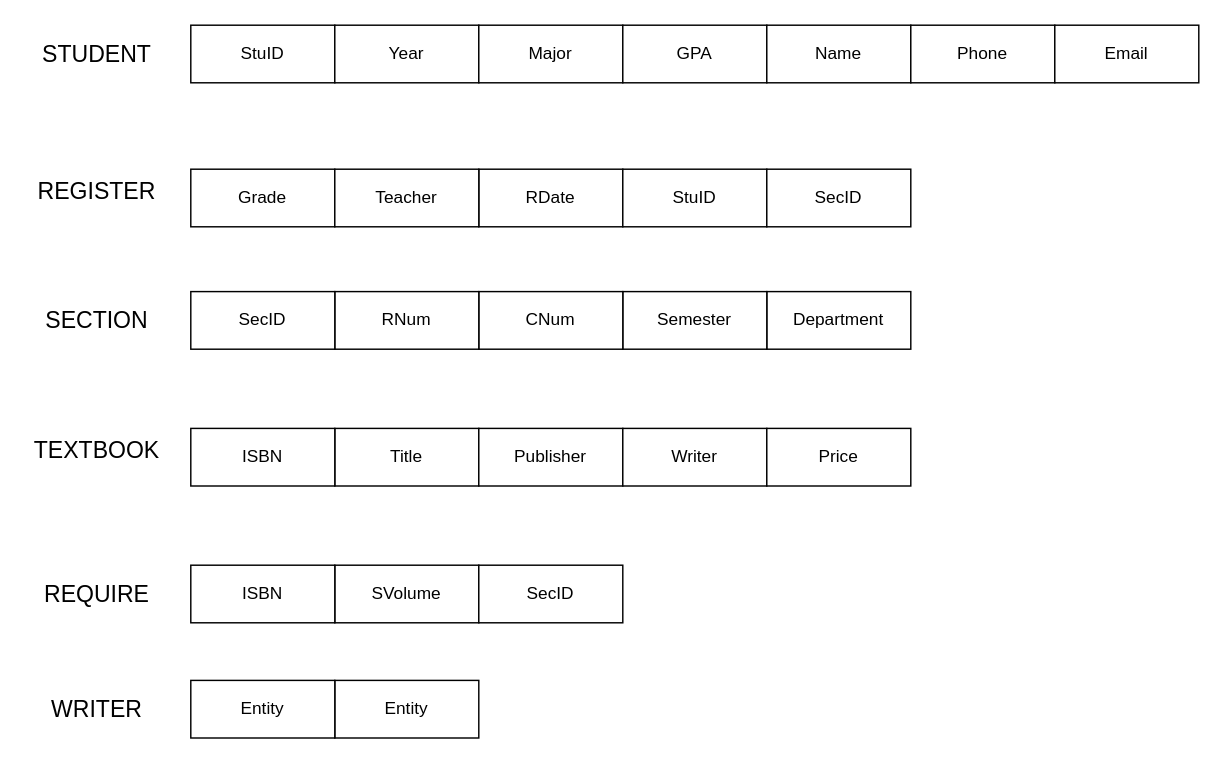
The draw.io diagram Ass3.drawio in kyoungbin01/ER-Diagram, before the edit. Source tidied: cells renumbered, new cells numbered last; positions are measured from the earlier drawing's top-left corner, leaving out a move shared by most shapes. Both pictures are drawn from the tidied source at 144%, with x=0, y=0 at pixel (24, 24).
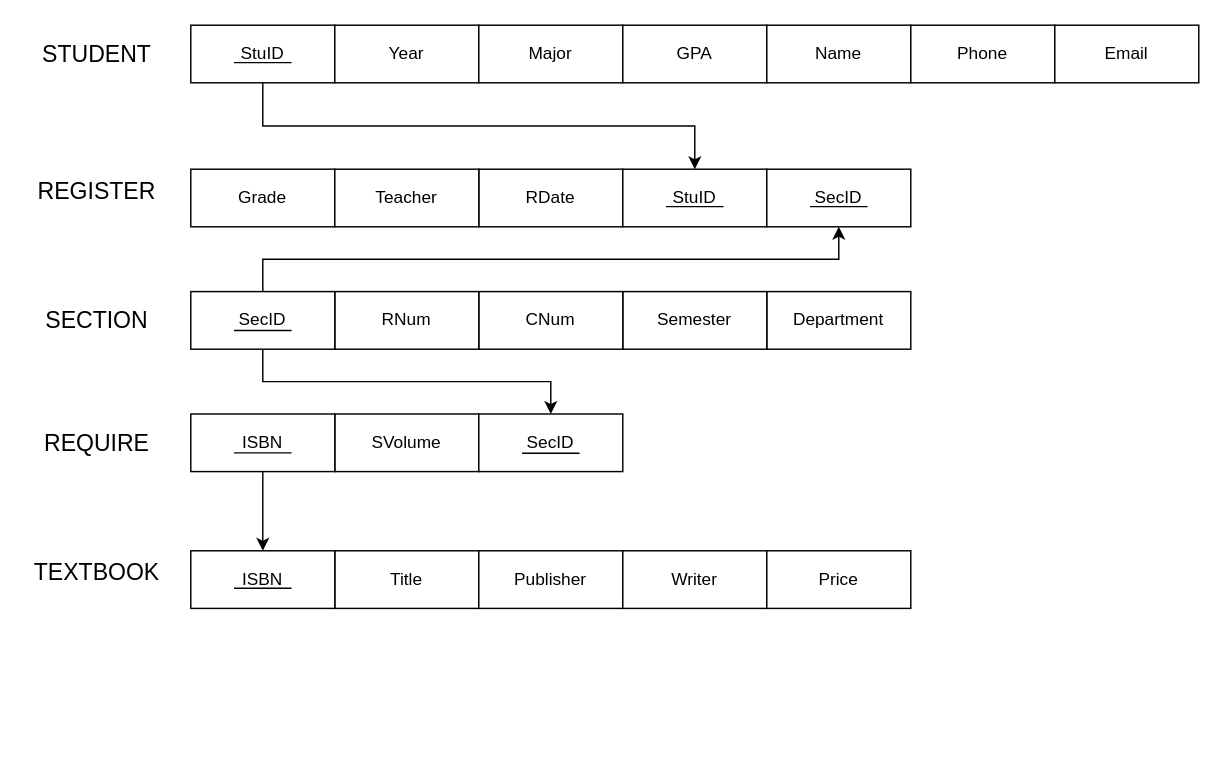
The same diagram, later.

Unchanged cells that the change refers to:
```xml
<mxCell id="2" value="StuID" style="whiteSpace=wrap;html=1;align=center;" parent="1" vertex="1">
  <mxGeometry x="115" width="100" height="40" as="geometry" />
</mxCell>
<mxCell id="19" value="SecID" style="whiteSpace=wrap;html=1;align=center;" parent="1" vertex="1">
  <mxGeometry x="115" y="185" width="100" height="40" as="geometry" />
</mxCell>
<mxCell id="32" value="StuID" style="whiteSpace=wrap;html=1;align=center;" parent="1" vertex="1">
  <mxGeometry x="415" y="100" width="100" height="40" as="geometry" />
</mxCell>
<mxCell id="33" value="SecID" style="whiteSpace=wrap;html=1;align=center;" parent="1" vertex="1">
  <mxGeometry x="515" y="100" width="100" height="40" as="geometry" />
</mxCell>
```

Diff of the diagram source:
```diff
@@
+    <mxCell id="35" style="edgeStyle=orthogonalEdgeStyle;rounded=0;jettySize=auto;html=1;exitX=0.5;exitY=1;exitDx=0;exitDy=0;" parent="1" edge="1" source="2" target="32">
+      <mxGeometry relative="1" as="geometry" />
+    </mxCell>
@@
     <mxCell id="11" value="TEXTBOOK" style="text;strokeColor=none;fillColor=none;html=1;align=center;verticalAlign=middle;whiteSpace=wrap;rounded=0;fontSize=16;" parent="1" vertex="1">
-      <mxGeometry x="20" y="280" width="60" height="30" as="geometry" />
+      <mxGeometry x="20" y="365" width="60" height="30" as="geometry" />
     </mxCell>
@@
     <mxCell id="14" value="REQUIRE" style="text;strokeColor=none;fillColor=none;html=1;align=center;verticalAlign=middle;whiteSpace=wrap;rounded=0;fontSize=16;" parent="1" vertex="1">
-      <mxGeometry x="20" y="380" width="60" height="30" as="geometry" />
+      <mxGeometry x="20" y="275" width="60" height="30" as="geometry" />
     </mxCell>
@@
+    <mxCell id="36" style="edgeStyle=orthogonalEdgeStyle;rounded=0;jettySize=auto;html=1;exitX=0.5;exitY=0;exitDx=0;exitDy=0;entryX=0.5;entryY=1;entryDx=0;entryDy=0;" parent="1" edge="1" source="19" target="33">
+      <mxGeometry relative="1" as="geometry" />
+    </mxCell>
+    <mxCell id="37" style="edgeStyle=orthogonalEdgeStyle;rounded=0;jettySize=auto;html=1;exitX=0.5;exitY=1;exitDx=0;exitDy=0;" parent="1" edge="1" source="19" target="34">
+      <mxGeometry relative="1" as="geometry" />
+    </mxCell>
@@
     <mxCell id="22" value="Title" style="whiteSpace=wrap;html=1;align=center;" parent="1" vertex="1">
-      <mxGeometry x="215" y="280" width="100" height="40" as="geometry" />
+      <mxGeometry x="215" y="365" width="100" height="40" as="geometry" />
     </mxCell>
     <mxCell id="23" value="Publisher" style="whiteSpace=wrap;html=1;align=center;" parent="1" vertex="1">
-      <mxGeometry x="315" y="280" width="100" height="40" as="geometry" />
+      <mxGeometry x="315" y="365" width="100" height="40" as="geometry" />
     </mxCell>
     <mxCell id="24" value="ISBN" style="whiteSpace=wrap;html=1;align=center;" parent="1" vertex="1">
-      <mxGeometry x="115" y="280" width="100" height="40" as="geometry" />
+      <mxGeometry x="115" y="365" width="100" height="40" as="geometry" />
     </mxCell>
-    <mxCell id="25" value="WRITER" style="text;strokeColor=none;fillColor=none;html=1;align=center;verticalAlign=middle;whiteSpace=wrap;rounded=0;fontSize=16;" parent="1" vertex="1">
-      <mxGeometry x="20" y="460" width="60" height="30" as="geometry" />
-    </mxCell>
     <mxCell id="26" value="SVolume" style="whiteSpace=wrap;html=1;align=center;" parent="1" vertex="1">
-      <mxGeometry x="215" y="375" width="100" height="40" as="geometry" />
+      <mxGeometry x="215" y="270" width="100" height="40" as="geometry" />
     </mxCell>
+    <mxCell id="38" style="edgeStyle=orthogonalEdgeStyle;rounded=0;jettySize=auto;html=1;exitX=0.5;exitY=1;exitDx=0;exitDy=0;entryX=0.5;entryY=0;entryDx=0;entryDy=0;" parent="1" edge="1" source="27" target="24">
+      <mxGeometry relative="1" as="geometry" />
+    </mxCell>
     <mxCell id="27" value="ISBN" style="whiteSpace=wrap;html=1;align=center;" parent="1" vertex="1">
-      <mxGeometry x="115" y="375" width="100" height="40" as="geometry" />
+      <mxGeometry x="115" y="270" width="100" height="40" as="geometry" />
     </mxCell>
     <mxCell id="28" value="Writer" style="whiteSpace=wrap;html=1;align=center;" parent="1" vertex="1">
-      <mxGeometry x="415" y="280" width="100" height="40" as="geometry" />
+      <mxGeometry x="415" y="365" width="100" height="40" as="geometry" />
     </mxCell>
-    <mxCell id="29" value="Entity" style="whiteSpace=wrap;html=1;align=center;" parent="1" vertex="1">
-      <mxGeometry x="215" y="455" width="100" height="40" as="geometry" />
-    </mxCell>
-    <mxCell id="30" value="Entity" style="whiteSpace=wrap;html=1;align=center;" parent="1" vertex="1">
-      <mxGeometry x="115" y="455" width="100" height="40" as="geometry" />
-    </mxCell>
     <mxCell id="31" value="Price" style="whiteSpace=wrap;html=1;align=center;" parent="1" vertex="1">
-      <mxGeometry x="515" y="280" width="100" height="40" as="geometry" />
+      <mxGeometry x="515" y="365" width="100" height="40" as="geometry" />
     </mxCell>
@@
     <mxCell id="34" value="SecID" style="whiteSpace=wrap;html=1;align=center;" parent="1" vertex="1">
-      <mxGeometry x="315" y="375" width="100" height="40" as="geometry" />
+      <mxGeometry x="315" y="270" width="100" height="40" as="geometry" />
     </mxCell>
+    <mxCell id="39" style="endArrow=none;html=1;rounded=0;exitX=0.5;exitY=1;exitDx=0;exitDy=0;" parent="1" edge="1">
+      <mxGeometry relative="1" as="geometry">
+        <mxPoint x="145" y="26" as="sourcePoint" />
+        <mxPoint x="185" y="26" as="targetPoint" />
+      </mxGeometry>
+    </mxCell>
+    <mxCell id="40" style="endArrow=none;html=1;rounded=0;exitX=0.5;exitY=1;exitDx=0;exitDy=0;" parent="1" edge="1">
+      <mxGeometry relative="1" as="geometry">
+        <mxPoint x="145" y="212" as="sourcePoint" />
+        <mxPoint x="185" y="212" as="targetPoint" />
+      </mxGeometry>
+    </mxCell>
+    <mxCell id="41" style="endArrow=none;html=1;rounded=0;exitX=0.5;exitY=1;exitDx=0;exitDy=0;" parent="1" edge="1">
+      <mxGeometry relative="1" as="geometry">
+        <mxPoint x="145" y="297" as="sourcePoint" />
+        <mxPoint x="185" y="297" as="targetPoint" />
+      </mxGeometry>
+    </mxCell>
+    <mxCell id="42" style="endArrow=none;html=1;rounded=0;exitX=0.5;exitY=1;exitDx=0;exitDy=0;" parent="1" edge="1">
+      <mxGeometry relative="1" as="geometry">
+        <mxPoint x="445" y="126" as="sourcePoint" />
+        <mxPoint x="485" y="126" as="targetPoint" />
+      </mxGeometry>
+    </mxCell>
+    <mxCell id="43" style="endArrow=none;html=1;rounded=0;exitX=0.5;exitY=1;exitDx=0;exitDy=0;" parent="1" edge="1">
+      <mxGeometry relative="1" as="geometry">
+        <mxPoint x="545" y="126" as="sourcePoint" />
+        <mxPoint x="585" y="126" as="targetPoint" />
+      </mxGeometry>
+    </mxCell>
+    <mxCell id="44" style="endArrow=none;html=1;rounded=0;exitX=0.5;exitY=1;exitDx=0;exitDy=0;" parent="1" edge="1">
+      <mxGeometry relative="1" as="geometry">
+        <mxPoint x="145" y="391" as="sourcePoint" />
+        <mxPoint x="185" y="391" as="targetPoint" />
+      </mxGeometry>
+    </mxCell>
+    <mxCell id="45" style="endArrow=none;html=1;rounded=0;exitX=0.5;exitY=1;exitDx=0;exitDy=0;" parent="1" edge="1">
+      <mxGeometry relative="1" as="geometry">
+        <mxPoint x="345" y="297.3" as="sourcePoint" />
+        <mxPoint x="385" y="297.3" as="targetPoint" />
+      </mxGeometry>
+    </mxCell>
```
